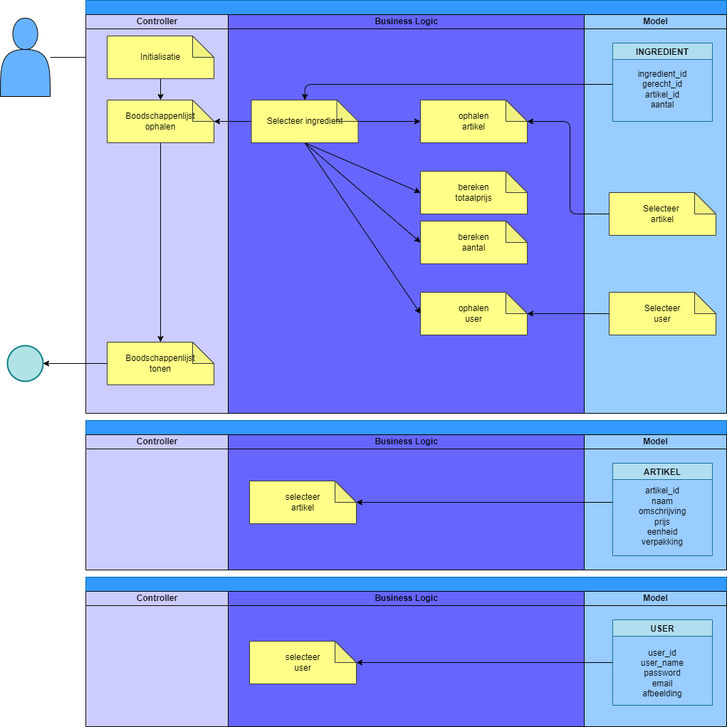
Above: documents/design/ASD_boodschappenlijst.png in LiekeDeckers/educom-verrukkulluk (draw.io), before the change. Source tidied: cells renumbered, new cells last; positions are measured from the earlier drawing's top-left corner, leaving out a move shared by most shapes.
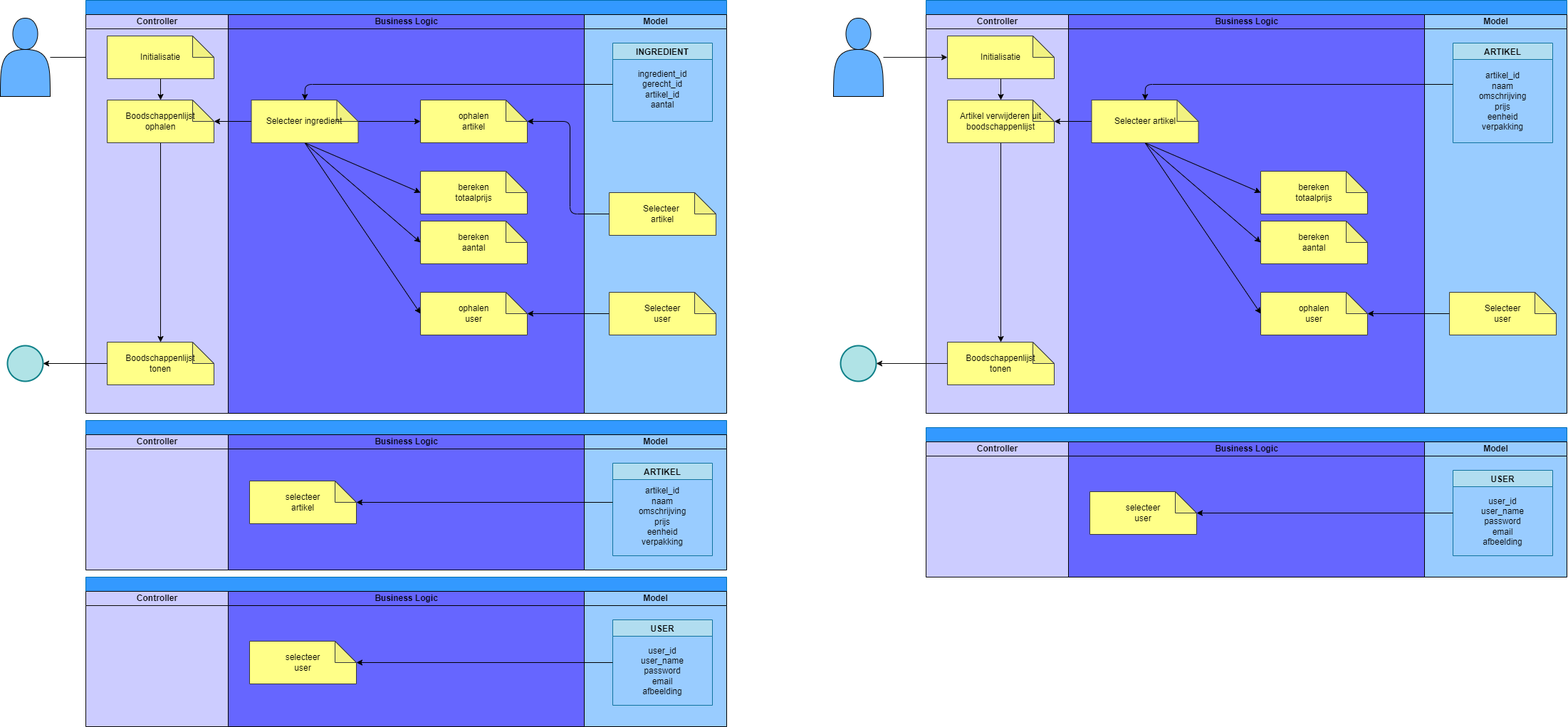
After the commit.

Commit message:
ASD boodschappenlijst #2

Change to the diagram source:
```diff
@@ -118,7 +118,7 @@
       <mxGeometry x="40" y="40" width="140" height="120" as="geometry" />
     </mxCell>
     <mxCell id="37" value="&lt;font color=&quot;#000000&quot;&gt;user_id&lt;br&gt;user_name&lt;br&gt;password&lt;br&gt;email&lt;br&gt;afbeelding&lt;br&gt;&lt;/font&gt;" style="text;html=1;strokeColor=none;fillColor=none;align=center;verticalAlign=middle;whiteSpace=wrap;rounded=0;" parent="36" vertex="1">
-      <mxGeometry x="15" y="20" width="110" height="110" as="geometry" />
+      <mxGeometry x="15" y="17" width="110" height="110" as="geometry" />
     </mxCell>
     <mxCell id="38" style="edgeStyle=none;html=1;strokeColor=#000000;exitX=0;exitY=0.5;exitDx=0;exitDy=0;" parent="31" edge="1" source="36" target="34">
       <mxGeometry relative="1" as="geometry" />
@@ -152,5 +152,112 @@
         <mxPoint x="740" y="115" as="sourcePoint" />
       </mxGeometry>
     </mxCell>
+    <mxCell id="48" style="swimlane;startSize=20;html=1;fillColor=#3399FF;fontColor=#000000;strokeColor=#006EAF;" parent="1" vertex="1">
+      <mxGeometry x="1300" width="900" height="580" as="geometry" />
+    </mxCell>
+    <mxCell id="49" value="Controller" style="swimlane;startSize=20;html=1;fillColor=#CCCCFF;fontColor=#000000;strokeColor=#0a0a0a;gradientColor=none;swimlaneFillColor=#CCCCFF;" parent="48" vertex="1">
+      <mxGeometry y="20" width="200" height="560" as="geometry" />
+    </mxCell>
+    <mxCell id="50" style="edgeStyle=none;html=1;exitX=0.5;exitY=1;exitDx=0;exitDy=0;exitPerimeter=0;entryX=0.5;entryY=0;entryDx=0;entryDy=0;entryPerimeter=0;strokeColor=#000000;fontColor=#000000;" parent="49" edge="1" source="51" target="53">
+      <mxGeometry relative="1" as="geometry" />
+    </mxCell>
+    <mxCell id="51" value="&lt;span style=&quot;color: rgb(0, 0, 0);&quot;&gt;Initialisatie&lt;/span&gt;" style="shape=note;whiteSpace=wrap;html=1;backgroundOutline=1;darkOpacity=0.05;strokeColor=#36393d;fillColor=#ffff88;" parent="49" vertex="1">
+      <mxGeometry x="30" y="30" width="150" height="60" as="geometry" />
+    </mxCell>
+    <mxCell id="52" style="edgeStyle=none;html=1;exitX=0.5;exitY=1;exitDx=0;exitDy=0;exitPerimeter=0;strokeColor=#000000;fontColor=#000000;" parent="49" edge="1" source="53" target="54">
+      <mxGeometry relative="1" as="geometry" />
+    </mxCell>
+    <mxCell id="53" value="&lt;font color=&quot;#000000&quot;&gt;Artikel verwijderen uit boodschappenlijst&lt;br&gt;&lt;/font&gt;" style="shape=note;whiteSpace=wrap;html=1;backgroundOutline=1;darkOpacity=0.05;strokeColor=#36393d;fillColor=#ffff88;" parent="49" vertex="1">
+      <mxGeometry x="30" y="120" width="150" height="60" as="geometry" />
+    </mxCell>
+    <mxCell id="54" value="Boodschappenlijst&lt;br&gt;tonen" style="shape=note;whiteSpace=wrap;html=1;backgroundOutline=1;darkOpacity=0.05;strokeColor=#36393d;fillColor=#ffff88;fontColor=#000000;labelBackgroundColor=none;" parent="49" vertex="1">
+      <mxGeometry x="30" y="460" width="150" height="60" as="geometry" />
+    </mxCell>
+    <mxCell id="55" value="&lt;font color=&quot;#000000&quot;&gt;Business Logic&lt;/font&gt;" style="swimlane;startSize=20;html=1;fillColor=#6666FF;strokeColor=#000000;swimlaneFillColor=#6666FF;fontColor=#ffffff;" parent="48" vertex="1">
+      <mxGeometry x="200" y="20" width="500" height="560" as="geometry" />
+    </mxCell>
+    <mxCell id="56" style="edgeStyle=none;html=1;entryX=0;entryY=0.5;entryDx=0;entryDy=0;entryPerimeter=0;strokeColor=#000000;fontColor=#000000;exitX=0.5;exitY=1;exitDx=0;exitDy=0;exitPerimeter=0;" parent="55" edge="1" source="59" target="61">
+      <mxGeometry relative="1" as="geometry" />
+    </mxCell>
+    <mxCell id="57" style="edgeStyle=none;html=1;entryX=0;entryY=0.5;entryDx=0;entryDy=0;entryPerimeter=0;strokeColor=#000000;fontColor=#000000;exitX=0.5;exitY=1;exitDx=0;exitDy=0;exitPerimeter=0;" parent="55" edge="1" source="59" target="62">
+      <mxGeometry relative="1" as="geometry" />
+    </mxCell>
+    <mxCell id="58" style="edgeStyle=none;html=1;entryX=0;entryY=0.5;entryDx=0;entryDy=0;entryPerimeter=0;strokeColor=#000000;exitX=0.5;exitY=1;exitDx=0;exitDy=0;exitPerimeter=0;" parent="55" edge="1" source="59" target="60">
+      <mxGeometry relative="1" as="geometry" />
+    </mxCell>
+    <mxCell id="59" value="&lt;font color=&quot;#000000&quot;&gt;Selecteer artikel&lt;/font&gt;" style="shape=note;whiteSpace=wrap;html=1;backgroundOutline=1;darkOpacity=0.05;strokeColor=#36393d;fillColor=#ffff88;" parent="55" vertex="1">
+      <mxGeometry x="32.5" y="120" width="150" height="60" as="geometry" />
+    </mxCell>
+    <mxCell id="60" value="&lt;font color=&quot;#000000&quot;&gt;ophalen&lt;br&gt;user&lt;/font&gt;" style="shape=note;whiteSpace=wrap;html=1;backgroundOutline=1;darkOpacity=0.05;strokeColor=#36393d;fillColor=#ffff88;" parent="55" vertex="1">
+      <mxGeometry x="270" y="390" width="150" height="60" as="geometry" />
+    </mxCell>
+    <mxCell id="61" value="&lt;font color=&quot;#000000&quot;&gt;bereken&lt;br&gt;totaalprijs&lt;/font&gt;" style="shape=note;whiteSpace=wrap;html=1;backgroundOutline=1;darkOpacity=0.05;strokeColor=#36393d;fillColor=#ffff88;" parent="55" vertex="1">
+      <mxGeometry x="270" y="220" width="150" height="60" as="geometry" />
+    </mxCell>
+    <mxCell id="62" value="&lt;font color=&quot;#000000&quot;&gt;bereken&lt;br&gt;aantal&lt;/font&gt;" style="shape=note;whiteSpace=wrap;html=1;backgroundOutline=1;darkOpacity=0.05;strokeColor=#36393d;fillColor=#ffff88;" parent="55" vertex="1">
+      <mxGeometry x="270" y="290" width="150" height="60" as="geometry" />
+    </mxCell>
+    <mxCell id="63" value="&lt;font color=&quot;#000000&quot;&gt;Model&lt;/font&gt;" style="swimlane;startSize=20;html=1;fillColor=#99CCFF;swimlaneFillColor=#99CCFF;strokeColor=#000000;" parent="48" vertex="1">
+      <mxGeometry x="700" y="20" width="200" height="560" as="geometry" />
+    </mxCell>
+    <mxCell id="64" value="ARTIKEL" style="swimlane;labelBackgroundColor=none;strokeColor=#10739e;fillColor=#b1ddf0;fontColor=#000000;startSize=23;" parent="63" vertex="1">
+      <mxGeometry x="40" y="40" width="140" height="140" as="geometry" />
+    </mxCell>
+    <mxCell id="65" value="&lt;font color=&quot;#000000&quot;&gt;artikel_id&lt;br&gt;naam&lt;br&gt;omschrijving&lt;br&gt;prijs&lt;br&gt;eenheid&lt;br&gt;verpakking&lt;br&gt;&lt;/font&gt;" style="text;html=1;strokeColor=none;fillColor=none;align=center;verticalAlign=middle;whiteSpace=wrap;rounded=0;" parent="64" vertex="1">
+      <mxGeometry x="15" y="27" width="110" height="110" as="geometry" />
+    </mxCell>
+    <mxCell id="66" value="&lt;font color=&quot;#000000&quot;&gt;Selecteer&lt;br&gt;user&lt;br&gt;&lt;/font&gt;" style="shape=note;whiteSpace=wrap;html=1;backgroundOutline=1;darkOpacity=0.05;strokeColor=#36393d;fillColor=#ffff88;" parent="63" vertex="1">
+      <mxGeometry x="35" y="390" width="150" height="60" as="geometry" />
+    </mxCell>
+    <mxCell id="67" style="edgeStyle=none;html=1;entryX=0.5;entryY=0;entryDx=0;entryDy=0;entryPerimeter=0;strokeColor=#000000;fontColor=#000000;" parent="48" edge="1" target="59">
+      <mxGeometry relative="1" as="geometry">
+        <mxPoint x="740" y="118" as="sourcePoint" />
+        <Array as="points">
+          <mxPoint x="308" y="118" />
+        </Array>
+      </mxGeometry>
+    </mxCell>
+    <mxCell id="68" style="edgeStyle=none;html=1;entryX=0;entryY=0;entryDx=150;entryDy=30;entryPerimeter=0;strokeColor=#000000;fontColor=#000000;" parent="48" edge="1" source="59" target="53">
+      <mxGeometry relative="1" as="geometry" />
+    </mxCell>
+    <mxCell id="69" style="edgeStyle=none;html=1;strokeColor=#000000;" parent="48" edge="1" source="66" target="60">
+      <mxGeometry relative="1" as="geometry" />
+    </mxCell>
+    <mxCell id="70" style="edgeStyle=none;html=1;strokeColor=#121111;" parent="1" edge="1" source="71" target="51">
+      <mxGeometry relative="1" as="geometry" />
+    </mxCell>
+    <mxCell id="71" style="shape=actor;whiteSpace=wrap;html=1;fillColor=#66B2FF;strokeColor=#000000;" parent="1" vertex="1">
+      <mxGeometry x="1170" y="25" width="70" height="110" as="geometry" />
+    </mxCell>
+    <mxCell id="72" style="ellipse;whiteSpace=wrap;html=1;labelBackgroundColor=none;strokeColor=#0e8088;fillColor=#b0e3e6;strokeWidth=2;" parent="1" vertex="1">
+      <mxGeometry x="1180" y="485" width="50" height="50" as="geometry" />
+    </mxCell>
+    <mxCell id="73" style="edgeStyle=none;html=1;entryX=1;entryY=0.5;entryDx=0;entryDy=0;strokeColor=#121111;" parent="1" edge="1" source="54" target="72">
+      <mxGeometry relative="1" as="geometry" />
+    </mxCell>
+    <mxCell id="74" style="swimlane;startSize=20;html=1;fillColor=#3399FF;fontColor=#000000;strokeColor=#006EAF;" parent="1" vertex="1">
+      <mxGeometry x="1300" y="600" width="900" height="210" as="geometry" />
+    </mxCell>
+    <mxCell id="75" value="Controller" style="swimlane;startSize=20;html=1;fillColor=#CCCCFF;fontColor=#000000;strokeColor=#0a0a0a;gradientColor=none;swimlaneFillColor=#CCCCFF;" parent="74" vertex="1">
+      <mxGeometry y="20" width="200" height="190" as="geometry" />
+    </mxCell>
+    <mxCell id="76" value="&lt;font color=&quot;#000000&quot;&gt;Business Logic&lt;/font&gt;" style="swimlane;startSize=20;html=1;fillColor=#6666FF;strokeColor=#000000;swimlaneFillColor=#6666FF;fontColor=#ffffff;" parent="74" vertex="1">
+      <mxGeometry x="200" y="20" width="500" height="190" as="geometry" />
+    </mxCell>
+    <mxCell id="77" value="&lt;font color=&quot;#000000&quot;&gt;selecteer&lt;br&gt;user&lt;/font&gt;" style="shape=note;whiteSpace=wrap;html=1;backgroundOutline=1;darkOpacity=0.05;strokeColor=#36393d;fillColor=#ffff88;" parent="76" vertex="1">
+      <mxGeometry x="30" y="70" width="150" height="60" as="geometry" />
+    </mxCell>
+    <mxCell id="78" value="&lt;font color=&quot;#000000&quot;&gt;Model&lt;/font&gt;" style="swimlane;startSize=20;html=1;fillColor=#99CCFF;swimlaneFillColor=#99CCFF;strokeColor=#000000;" parent="74" vertex="1">
+      <mxGeometry x="700" y="20" width="200" height="190" as="geometry" />
+    </mxCell>
+    <mxCell id="79" value="USER" style="swimlane;labelBackgroundColor=none;strokeColor=#10739e;fillColor=#b1ddf0;fontColor=#000000;startSize=23;" parent="78" vertex="1">
+      <mxGeometry x="40" y="40" width="140" height="120" as="geometry" />
+    </mxCell>
+    <mxCell id="80" value="&lt;font color=&quot;#000000&quot;&gt;user_id&lt;br&gt;user_name&lt;br&gt;password&lt;br&gt;email&lt;br&gt;afbeelding&lt;br&gt;&lt;/font&gt;" style="text;html=1;strokeColor=none;fillColor=none;align=center;verticalAlign=middle;whiteSpace=wrap;rounded=0;" parent="79" vertex="1">
+      <mxGeometry x="15" y="17" width="110" height="110" as="geometry" />
+    </mxCell>
+    <mxCell id="81" style="edgeStyle=none;html=1;strokeColor=#000000;exitX=0;exitY=0.5;exitDx=0;exitDy=0;" parent="74" edge="1" source="79" target="77">
+      <mxGeometry relative="1" as="geometry" />
+    </mxCell>
   </root>
 </mxGraphModel>
```
